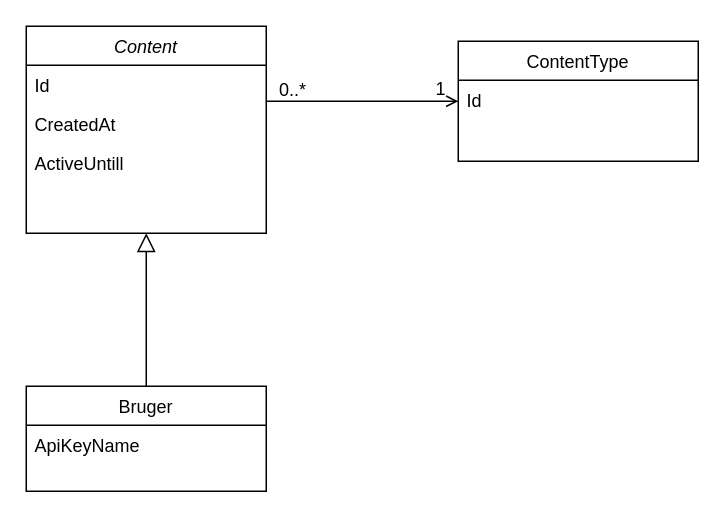
Above: Unavngivet diagram.drawio in ErikMogensenDK/hello_world (draw.io), before the change. Source tidied: cells renumbered, new cells numbered last; positions are measured from the earlier drawing's top-left corner, leaving out a move shared by most shapes. Both pictures are drawn from the tidied source at 150%, with x=0, y=0 at pixel (26, 26).
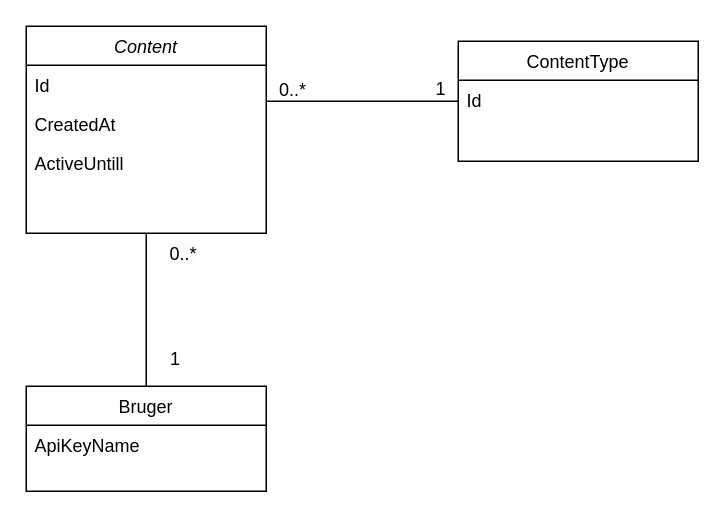
After the change.

What changed in the source:
```diff
@@
 <mxGraphModel>
   <root>
     <mxCell id="0" />
     <mxCell id="1" parent="0" />
     <mxCell id="2" value="Content" style="swimlane;fontStyle=2;align=center;verticalAlign=top;horizontal=1;startSize=26;rounded=0;shadow=0;strokeWidth=1;" parent="1" vertex="1">
       <mxGeometry width="160" height="138" as="geometry" />
     </mxCell>
     <mxCell id="3" value="Id&#10;" style="text;align=left;verticalAlign=top;spacingLeft=4;spacingRight=4;overflow=hidden;" parent="2" vertex="1">
       <mxGeometry y="26" width="160" height="26" as="geometry" />
     </mxCell>
     <mxCell id="4" value="CreatedAt " style="text;align=left;verticalAlign=top;spacingLeft=4;spacingRight=4;overflow=hidden;" parent="2" vertex="1">
       <mxGeometry y="52" width="160" height="26" as="geometry" />
     </mxCell>
     <mxCell id="5" value="ActiveUntill" style="text;align=left;verticalAlign=top;spacingLeft=4;spacingRight=4;overflow=hidden;" parent="2" vertex="1">
       <mxGeometry y="78" width="160" height="26" as="geometry" />
     </mxCell>
     <mxCell id="6" value="Bruger" style="swimlane;fontStyle=0;align=center;verticalAlign=top;horizontal=1;startSize=26;rounded=0;shadow=0;strokeWidth=1;" parent="1" vertex="1">
       <mxGeometry y="240" width="160" height="70" as="geometry" />
     </mxCell>
     <mxCell id="7" value="ApiKeyName" style="text;align=left;verticalAlign=top;spacingLeft=4;spacingRight=4;overflow=hidden;" parent="6" vertex="1">
       <mxGeometry y="26" width="160" height="26" as="geometry" />
     </mxCell>
-    <mxCell id="8" style="endArrow=block;endSize=10;endFill=0;shadow=0;strokeWidth=1;rounded=0;edgeStyle=elbowEdgeStyle;elbow=vertical;" parent="1" edge="1" source="6" target="2">
+    <mxCell id="8" style="endArrow=none;endSize=10;endFill=0;shadow=0;strokeWidth=1;rounded=0;edgeStyle=elbowEdgeStyle;elbow=vertical;" parent="1" edge="1" source="6" target="2">
       <mxGeometry relative="1" as="geometry" />
     </mxCell>
     <mxCell id="9" value="ContentType" style="swimlane;fontStyle=0;align=center;verticalAlign=top;horizontal=1;startSize=26;rounded=0;shadow=0;strokeWidth=1;" parent="1" vertex="1">
       <mxGeometry x="288" y="10" width="160" height="80" as="geometry" />
     </mxCell>
     <mxCell id="10" value="Id" style="text;align=left;verticalAlign=top;spacingLeft=4;spacingRight=4;overflow=hidden;" parent="9" vertex="1">
       <mxGeometry y="26" width="160" height="26" as="geometry" />
     </mxCell>
-    <mxCell id="11" style="endArrow=open;shadow=0;strokeWidth=1;rounded=0;endFill=1;edgeStyle=elbowEdgeStyle;elbow=vertical;" parent="1" edge="1" source="2" target="9">
+    <mxCell id="11" style="endArrow=none;shadow=0;strokeWidth=1;rounded=0;endFill=0;edgeStyle=elbowEdgeStyle;elbow=vertical;" parent="1" edge="1" source="2" target="9">
       <mxGeometry x="0.5" y="41" relative="1" as="geometry">
         <mxPoint x="-40" y="32" as="offset" />
       </mxGeometry>
     </mxCell>
     <mxCell id="12" value="1" style="align=right;verticalAlign=bottom;labelBackgroundColor=none;fontSize=12;" parent="11" vertex="1">
       <mxGeometry x="1" relative="1" as="geometry">
         <mxPoint x="-7" as="offset" />
       </mxGeometry>
     </mxCell>
     <mxCell id="13" value="0..*" style="align=right;verticalAlign=bottom;labelBackgroundColor=none;fontSize=12;" parent="1" vertex="1">
       <mxGeometry x="310" y="69" as="geometry">
         <mxPoint x="-122" y="-18" as="offset" />
       </mxGeometry>
     </mxCell>
+    <mxCell id="14" value="&lt;span style=&quot;color: rgb(0, 0, 0); font-family: Helvetica; font-size: 12px; font-style: normal; font-variant-ligatures: normal; font-variant-caps: normal; font-weight: 400; letter-spacing: normal; orphans: 2; text-align: right; text-indent: 0px; text-transform: none; widows: 2; word-spacing: 0px; -webkit-text-stroke-width: 0px; background-color: rgb(251, 251, 251); text-decoration-thickness: initial; text-decoration-style: initial; text-decoration-color: initial; float: none; display: inline !important;&quot;&gt;0..*&lt;/span&gt;" style="text;whiteSpace=wrap;html=1;" parent="1" vertex="1">
+      <mxGeometry x="94" y="138" width="50" height="40" as="geometry" />
+    </mxCell>
+    <mxCell id="15" value="1" style="align=right;verticalAlign=bottom;labelBackgroundColor=none;fontSize=12;" parent="1" vertex="1">
+      <mxGeometry x="104" y="230" as="geometry" />
+    </mxCell>
   </root>
 </mxGraphModel>
```
